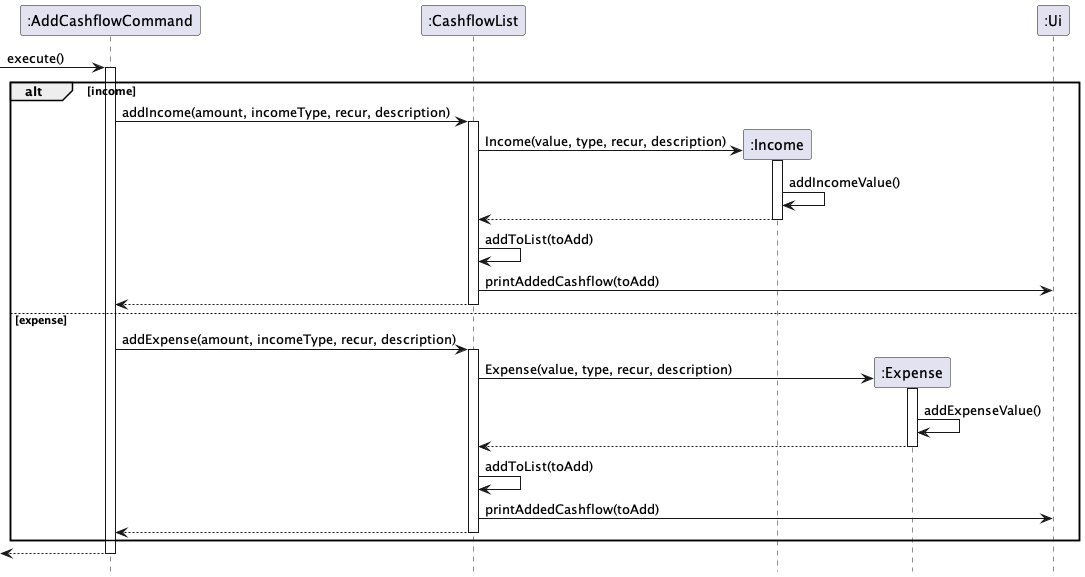
This is docs/images/cashflow/AddCashflowSequence.png from nus-cs2113-AY2324S1/tp, a PlantUML export, as it was before one commit. Its diagram source:
```plantuml
@startuml

participant ":AddCashflowCommand" as AddCashflowCommand
participant ":CashflowList" as CashflowList
participant ":Income" as Income
participant ":Expense" as Expense
participant ":Ui" as Ui

-> AddCashflowCommand: execute()
activate AddCashflowCommand
alt income
    AddCashflowCommand -> CashflowList: addIncome(amount, incomeType, recur, description)
    activate CashflowList
    create Income
    CashflowList -> Income: Income(value, type, recur, description)
    activate Income
    Income -> Income: addIncomeValue()
    return
    CashflowList -> CashflowList: addToList(toAdd)
    CashflowList -> Ui: printAddedCashflow(toAdd)
    return

else expense
    AddCashflowCommand -> CashflowList: addExpense(amount, incomeType, recur, description)
    activate CashflowList
    create Expense
    CashflowList -> Expense: Expense(value, type, recur, description)
    activate Expense
    Expense -> Expense: addExpenseValue()
    return
    CashflowList -> CashflowList: addToList(toAdd)
    CashflowList -> Ui: printAddedCashflow(toAdd)
    return
end
return

hide footbox
@enduml
```
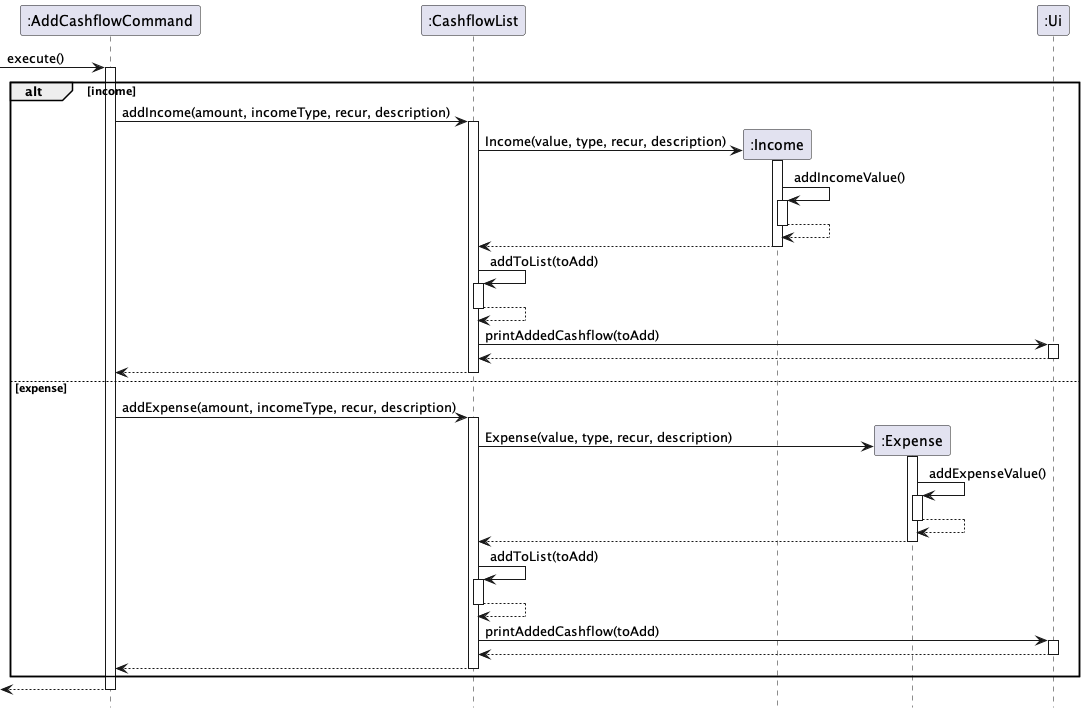
Above is the later version.

Commit message:
Add activation bars to sequence diagrams

Change to the diagram source:
```diff
@@ -15,9 +15,16 @@
     CashflowList -> Income: Income(value, type, recur, description)
     activate Income
     Income -> Income: addIncomeValue()
+    activate Income
+    return
+
     return
     CashflowList -> CashflowList: addToList(toAdd)
+    activate CashflowList
+    return
     CashflowList -> Ui: printAddedCashflow(toAdd)
+    activate Ui
+    return
     return
 
 else expense
@@ -27,12 +34,18 @@
     CashflowList -> Expense: Expense(value, type, recur, description)
     activate Expense
     Expense -> Expense: addExpenseValue()
+    activate Expense
+    return
+
     return
     CashflowList -> CashflowList: addToList(toAdd)
+    activate CashflowList
+    return
     CashflowList -> Ui: printAddedCashflow(toAdd)
+    activate Ui
+    return
     return
 end
 return
-
 hide footbox
 @enduml
```
